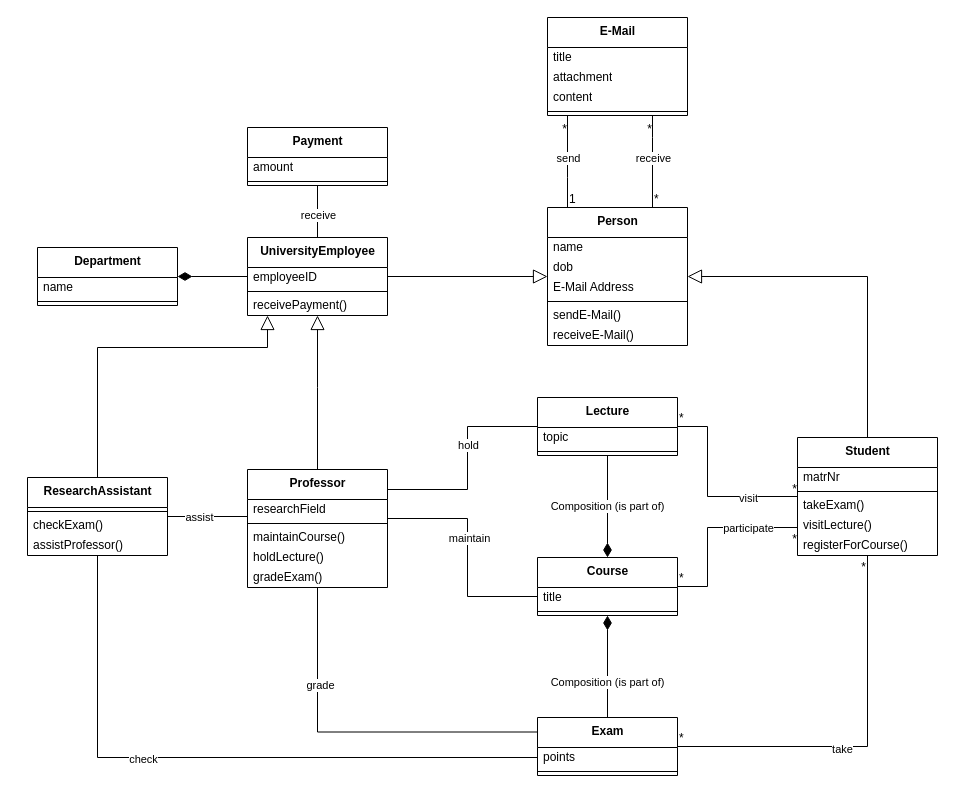
The draw.io diagram test_cases/test_requirements.drawio in Bimi1804/BiT-ReNU, before the edit. Source tidied: cells renumbered, new cells numbered last; positions are measured from the earlier drawing's top-left corner, leaving out a move shared by most shapes. Both pictures are drawn from the tidied source at 100%, with x=0, y=0 at pixel (27, 17).
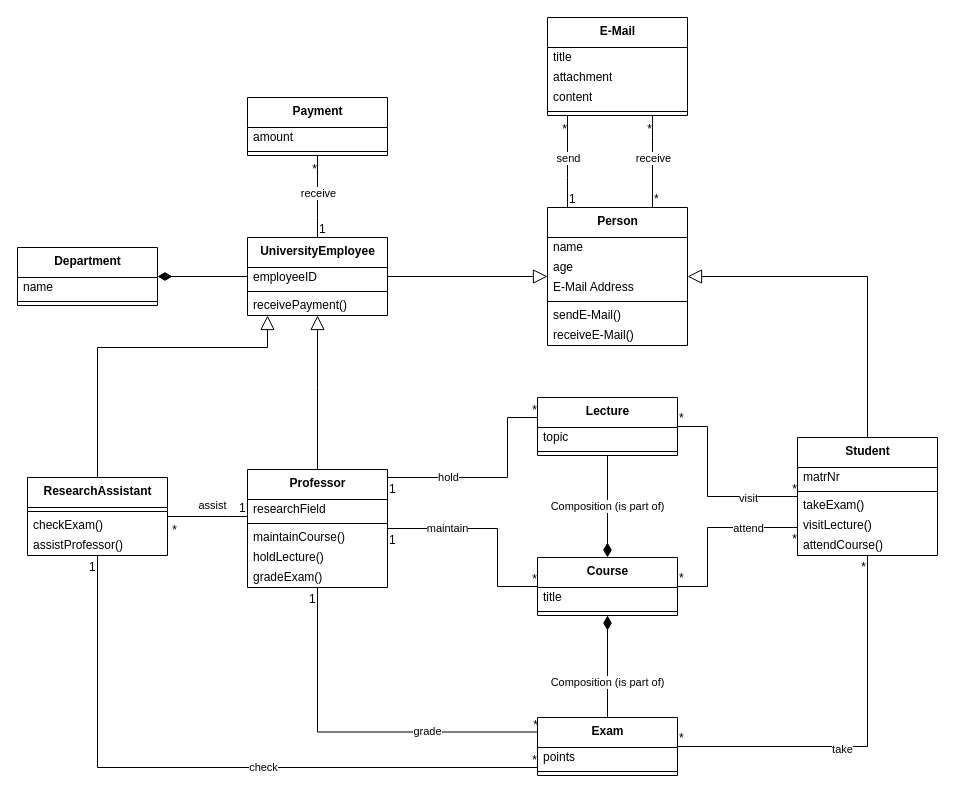
Above is the later version.

The change refers to these unchanged cells:
```xml
<mxCell id="8" value="&lt;b&gt;Professor&lt;/b&gt;" style="swimlane;fontStyle=0;align=center;verticalAlign=top;horizontal=1;startSize=30;html=1;" parent="1" vertex="1">
  <mxGeometry x="220" y="452" width="140" height="118" as="geometry" />
</mxCell>
<mxCell id="14" value="&lt;b&gt;Student&lt;/b&gt;" style="swimlane;fontStyle=0;align=center;verticalAlign=top;horizontal=1;startSize=30;html=1;" parent="1" vertex="1">
  <mxGeometry x="770" y="420" width="140" height="118" as="geometry" />
</mxCell>
<mxCell id="20" value="&lt;b&gt;Exam&lt;/b&gt;" style="swimlane;fontStyle=0;align=center;verticalAlign=top;horizontal=1;startSize=30;html=1;" parent="1" vertex="1">
  <mxGeometry x="510" y="700" width="140" height="58" as="geometry" />
</mxCell>
<mxCell id="26" value="&lt;b&gt;Course&lt;/b&gt;" style="swimlane;fontStyle=0;align=center;verticalAlign=top;horizontal=1;startSize=30;html=1;" parent="1" vertex="1">
  <mxGeometry x="510" y="540" width="140" height="58" as="geometry" />
</mxCell>
<mxCell id="31" value="&lt;b&gt;Person&lt;/b&gt;" style="swimlane;fontStyle=0;align=center;verticalAlign=top;horizontal=1;startSize=30;html=1;" parent="1" vertex="1">
  <mxGeometry x="520" y="190" width="140" height="138" as="geometry" />
</mxCell>
<mxCell id="42" value="&lt;b&gt;ResearchAssistant&lt;/b&gt;" style="swimlane;fontStyle=0;align=center;verticalAlign=top;horizontal=1;startSize=30;html=1;" parent="1" vertex="1">
  <mxGeometry y="460" width="140" height="78" as="geometry" />
</mxCell>
<mxCell id="48" value="&lt;b&gt;UniversityEmployee&lt;/b&gt;" style="swimlane;fontStyle=0;align=center;verticalAlign=top;horizontal=1;startSize=30;html=1;" parent="1" vertex="1">
  <mxGeometry x="220" y="220" width="140" height="78" as="geometry" />
</mxCell>
<mxCell id="52" value="&lt;b&gt;Lecture&lt;/b&gt;" style="swimlane;fontStyle=0;align=center;verticalAlign=top;horizontal=1;startSize=30;html=1;" parent="1" vertex="1">
  <mxGeometry x="510" y="380" width="140" height="58" as="geometry" />
</mxCell>
<mxCell id="77" style="endArrow=none;html=1;rounded=0;edgeStyle=orthogonalEdgeStyle;" parent="1" edge="1" source="26" target="14">
  <mxGeometry relative="1" as="geometry">
    <Array as="points">
      <mxPoint x="680" y="569" />
      <mxPoint x="680" y="510" />
    </Array>
  </mxGeometry>
</mxCell>
```

The edit, as a diff of the source:
```diff
@@
-    <mxCell id="2" style="edgeStyle=orthogonalEdgeStyle;rounded=0;jettySize=auto;html=1;endArrow=none;endFill=0;" parent="1" edge="1" source="8" target="26">
-      <mxGeometry relative="1" as="geometry">
-        <Array as="points">
-          <mxPoint x="440" y="501" />
-          <mxPoint x="440" y="579" />
-        </Array>
-      </mxGeometry>
-    </mxCell>
-    <mxCell id="3" value="maintain" style="edgeLabel;html=1;align=center;verticalAlign=middle;" parent="2" vertex="1">
-      <mxGeometry x="-0.13" y="1" relative="1" as="geometry" />
-    </mxCell>
-    <mxCell id="4" style="edgeStyle=orthogonalEdgeStyle;rounded=0;jettySize=auto;html=1;endArrow=none;endFill=0;exitX=1;exitY=0.25;exitDx=0;exitDy=0;" parent="1" edge="1" source="8" target="52">
-      <mxGeometry relative="1" as="geometry">
-        <Array as="points">
-          <mxPoint x="360" y="472" />
-          <mxPoint x="440" y="472" />
-          <mxPoint x="440" y="409" />
-        </Array>
-      </mxGeometry>
-    </mxCell>
-    <mxCell id="5" value="hold" style="edgeLabel;html=1;align=center;verticalAlign=middle;" parent="4" vertex="1">
-      <mxGeometry x="0.2" relative="1" as="geometry" />
-    </mxCell>
-    <mxCell id="6" style="edgeStyle=orthogonalEdgeStyle;rounded=0;jettySize=auto;html=1;entryX=0;entryY=0.25;entryDx=0;entryDy=0;startArrow=none;startFill=0;endArrow=none;endFill=0;startSize=12;" parent="1" edge="1" source="8" target="20">
-      <mxGeometry relative="1" as="geometry">
-        <Array as="points">
-          <mxPoint x="290" y="715" />
-        </Array>
-      </mxGeometry>
-    </mxCell>
-    <mxCell id="7" value="grade" style="edgeLabel;html=1;align=center;verticalAlign=middle;" parent="6" vertex="1">
-      <mxGeometry x="-0.47" y="2" relative="1" as="geometry" />
-    </mxCell>
@@
-    <mxCell id="19" value="registerForCourse()" style="text;html=1;strokeColor=none;fillColor=none;align=left;verticalAlign=middle;spacingLeft=4;spacingRight=4;overflow=hidden;" parent="14" vertex="1">
+    <mxCell id="19" value="attendCourse()" style="text;html=1;strokeColor=none;fillColor=none;align=left;verticalAlign=middle;spacingLeft=4;spacingRight=4;overflow=hidden;" parent="14" vertex="1">
       <mxGeometry y="98" width="140" height="20" as="geometry" />
     </mxCell>
@@
-    <mxCell id="33" value="dob" style="text;html=1;strokeColor=none;fillColor=none;align=left;verticalAlign=middle;spacingLeft=4;spacingRight=4;overflow=hidden;" parent="31" vertex="1">
+    <mxCell id="33" value="age" style="text;html=1;strokeColor=none;fillColor=none;align=left;verticalAlign=middle;spacingLeft=4;spacingRight=4;overflow=hidden;" parent="31" vertex="1">
       <mxGeometry y="50" width="140" height="20" as="geometry" />
     </mxCell>
@@
-    <mxCell id="38" style="edgeStyle=orthogonalEdgeStyle;rounded=0;jettySize=auto;html=1;endArrow=none;endFill=0;" parent="1" edge="1" source="42" target="20">
-      <mxGeometry relative="1" as="geometry">
-        <Array as="points">
-          <mxPoint x="70" y="740" />
-        </Array>
-      </mxGeometry>
-    </mxCell>
-    <mxCell id="39" value="check" style="edgeLabel;html=1;align=center;verticalAlign=middle;" parent="38" vertex="1">
-      <mxGeometry x="-0.23" y="-1" relative="1" as="geometry" />
-    </mxCell>
-    <mxCell id="40" style="edgeStyle=orthogonalEdgeStyle;rounded=0;jettySize=auto;html=1;startArrow=none;startFill=0;endArrow=none;endFill=0;startSize=12;" parent="1" edge="1" source="42" target="8">
-      <mxGeometry relative="1" as="geometry">
-        <Array as="points">
-          <mxPoint x="220" y="499" />
-          <mxPoint x="220" y="499" />
-        </Array>
-      </mxGeometry>
-    </mxCell>
-    <mxCell id="41" value="assist" style="edgeLabel;html=1;align=center;verticalAlign=middle;" parent="40" vertex="1">
-      <mxGeometry x="-0.23" relative="1" as="geometry" />
-    </mxCell>
@@
-    <mxCell id="55" style="edgeStyle=orthogonalEdgeStyle;rounded=0;jettySize=auto;html=1;startArrow=none;startFill=0;endArrow=none;endFill=0;startSize=12;endSize=6;" parent="1" edge="1" source="57" target="48">
-      <mxGeometry relative="1" as="geometry" />
-    </mxCell>
-    <mxCell id="56" value="receive" style="edgeLabel;html=1;align=center;verticalAlign=middle;" parent="55" vertex="1">
-      <mxGeometry x="0.12" relative="1" as="geometry" />
-    </mxCell>
     <mxCell id="57" value="&lt;b&gt;Payment&lt;/b&gt;" style="swimlane;fontStyle=0;align=center;verticalAlign=top;horizontal=1;startSize=30;html=1;" parent="1" vertex="1">
-      <mxGeometry x="220" y="110" width="140" height="58" as="geometry" />
+      <mxGeometry x="220" y="80" width="140" height="58" as="geometry" />
     </mxCell>
@@
     <mxCell id="66" value="&lt;b&gt;Department&lt;/b&gt;" style="swimlane;fontStyle=0;align=center;verticalAlign=top;horizontal=1;startSize=30;html=1;" parent="1" vertex="1">
-      <mxGeometry x="10" y="230" width="140" height="58" as="geometry" />
+      <mxGeometry x="-10" y="230" width="140" height="58" as="geometry" />
     </mxCell>
@@
-    <mxCell id="80" value="participate" style="edgeLabel;html=1;align=center;verticalAlign=middle;" parent="77" vertex="1">
+    <mxCell id="80" value="attend" style="edgeLabel;html=1;align=center;verticalAlign=middle;" parent="77" vertex="1">
       <mxGeometry x="-0.14" y="-2" relative="1" as="geometry">
         <mxPoint x="38" y="-12" as="offset" />
       </mxGeometry>
     </mxCell>
@@
+    <mxCell id="89" style="endArrow=none;html=1;rounded=0;edgeStyle=orthogonalEdgeStyle;" parent="1" edge="1" source="48" target="57">
+      <mxGeometry relative="1" as="geometry">
+        <Array as="points">
+          <mxPoint x="290" y="200" />
+          <mxPoint x="290" y="200" />
+        </Array>
+      </mxGeometry>
+    </mxCell>
+    <mxCell id="90" value="1" style="html=1;align=left;verticalAlign=bottom;" parent="89" vertex="1">
+      <mxGeometry x="-1" relative="1" as="geometry" />
+    </mxCell>
+    <mxCell id="91" value="*" style="html=1;align=right;verticalAlign=bottom;" parent="89" vertex="1">
+      <mxGeometry x="1" relative="1" as="geometry">
+        <mxPoint y="22" as="offset" />
+      </mxGeometry>
+    </mxCell>
+    <mxCell id="56" value="receive" style="edgeLabel;html=1;align=center;verticalAlign=middle;" parent="89" vertex="1">
+      <mxGeometry x="-0.14" y="-2" relative="1" as="geometry">
+        <mxPoint x="-2" y="-10" as="offset" />
+      </mxGeometry>
+    </mxCell>
+    <mxCell id="92" style="endArrow=none;html=1;rounded=0;edgeStyle=orthogonalEdgeStyle;" parent="1" edge="1" source="8" target="42">
+      <mxGeometry relative="1" as="geometry">
+        <Array as="points">
+          <mxPoint x="200" y="499" />
+          <mxPoint x="200" y="499" />
+        </Array>
+      </mxGeometry>
+    </mxCell>
+    <mxCell id="93" value="1" style="html=1;align=left;verticalAlign=bottom;" parent="92" vertex="1">
+      <mxGeometry x="-1" relative="1" as="geometry">
+        <mxPoint x="-10" as="offset" />
+      </mxGeometry>
+    </mxCell>
+    <mxCell id="94" value="*" style="html=1;align=right;verticalAlign=bottom;" parent="92" vertex="1">
+      <mxGeometry x="1" relative="1" as="geometry">
+        <mxPoint x="10" y="22" as="offset" />
+      </mxGeometry>
+    </mxCell>
+    <mxCell id="41" value="assist" style="edgeLabel;html=1;align=center;verticalAlign=middle;" parent="92" vertex="1">
+      <mxGeometry x="-0.14" y="-2" relative="1" as="geometry">
+        <mxPoint x="-2" y="-10" as="offset" />
+      </mxGeometry>
+    </mxCell>
+    <mxCell id="6" style="endArrow=none;html=1;rounded=0;edgeStyle=orthogonalEdgeStyle;entryX=0;entryY=0.25;entryDx=0;entryDy=0;" parent="1" edge="1" source="8" target="20">
+      <mxGeometry relative="1" as="geometry">
+        <Array as="points">
+          <mxPoint x="290" y="715" />
+          <mxPoint x="510" y="715" />
+        </Array>
+      </mxGeometry>
+    </mxCell>
+    <mxCell id="95" value="1" style="html=1;align=left;verticalAlign=bottom;" parent="6" vertex="1">
+      <mxGeometry x="-1" relative="1" as="geometry">
+        <mxPoint x="-10" y="20" as="offset" />
+      </mxGeometry>
+    </mxCell>
+    <mxCell id="96" value="*" style="html=1;align=right;verticalAlign=bottom;" parent="6" vertex="1">
+      <mxGeometry x="1" relative="1" as="geometry">
+        <mxPoint y="1" as="offset" />
+      </mxGeometry>
+    </mxCell>
+    <mxCell id="7" value="grade" style="edgeLabel;html=1;align=center;verticalAlign=middle;" parent="6" vertex="1">
+      <mxGeometry x="-0.14" y="-2" relative="1" as="geometry">
+        <mxPoint x="97" y="-3" as="offset" />
+      </mxGeometry>
+    </mxCell>
+    <mxCell id="38" style="endArrow=none;html=1;rounded=0;edgeStyle=orthogonalEdgeStyle;" parent="1" edge="1" source="42" target="20">
+      <mxGeometry relative="1" as="geometry">
+        <Array as="points">
+          <mxPoint x="70" y="750" />
+        </Array>
+      </mxGeometry>
+    </mxCell>
+    <mxCell id="97" value="1" style="html=1;align=left;verticalAlign=bottom;" parent="38" vertex="1">
+      <mxGeometry x="-1" relative="1" as="geometry">
+        <mxPoint x="-10" y="20" as="offset" />
+      </mxGeometry>
+    </mxCell>
+    <mxCell id="98" value="*" style="html=1;align=right;verticalAlign=bottom;" parent="38" vertex="1">
+      <mxGeometry x="1" relative="1" as="geometry">
+        <mxPoint y="1" as="offset" />
+      </mxGeometry>
+    </mxCell>
+    <mxCell id="39" value="check" style="edgeLabel;html=1;align=center;verticalAlign=middle;" parent="38" vertex="1">
+      <mxGeometry x="-0.14" y="-2" relative="1" as="geometry">
+        <mxPoint x="97" y="-3" as="offset" />
+      </mxGeometry>
+    </mxCell>
+    <mxCell id="2" style="endArrow=none;html=1;rounded=0;edgeStyle=orthogonalEdgeStyle;" parent="1" edge="1" source="8" target="26">
+      <mxGeometry relative="1" as="geometry">
+        <Array as="points">
+          <mxPoint x="470" y="511" />
+          <mxPoint x="470" y="569" />
+        </Array>
+      </mxGeometry>
+    </mxCell>
+    <mxCell id="99" value="1" style="html=1;align=left;verticalAlign=bottom;" parent="2" vertex="1">
+      <mxGeometry x="-1" relative="1" as="geometry">
+        <mxPoint y="20" as="offset" />
+      </mxGeometry>
+    </mxCell>
+    <mxCell id="100" value="*" style="html=1;align=right;verticalAlign=bottom;" parent="2" vertex="1">
+      <mxGeometry x="1" relative="1" as="geometry">
+        <mxPoint y="1" as="offset" />
+      </mxGeometry>
+    </mxCell>
+    <mxCell id="3" value="maintain" style="edgeLabel;html=1;align=center;verticalAlign=middle;" parent="2" vertex="1">
+      <mxGeometry x="-0.14" y="-2" relative="1" as="geometry">
+        <mxPoint x="-30" y="-3" as="offset" />
+      </mxGeometry>
+    </mxCell>
+    <mxCell id="4" style="endArrow=none;html=1;rounded=0;edgeStyle=orthogonalEdgeStyle;" parent="1" edge="1" source="8" target="52">
+      <mxGeometry relative="1" as="geometry">
+        <Array as="points">
+          <mxPoint x="480" y="460" />
+          <mxPoint x="480" y="400" />
+        </Array>
+      </mxGeometry>
+    </mxCell>
+    <mxCell id="101" value="1" style="html=1;align=left;verticalAlign=bottom;" parent="4" vertex="1">
+      <mxGeometry x="-1" relative="1" as="geometry">
+        <mxPoint y="20" as="offset" />
+      </mxGeometry>
+    </mxCell>
+    <mxCell id="102" value="*" style="html=1;align=right;verticalAlign=bottom;" parent="4" vertex="1">
+      <mxGeometry x="1" relative="1" as="geometry">
+        <mxPoint y="1" as="offset" />
+      </mxGeometry>
+    </mxCell>
+    <mxCell id="5" value="hold" style="edgeLabel;html=1;align=center;verticalAlign=middle;" parent="4" vertex="1">
+      <mxGeometry x="-0.14" y="-2" relative="1" as="geometry">
+        <mxPoint x="-30" y="-3" as="offset" />
+      </mxGeometry>
+    </mxCell>
```
